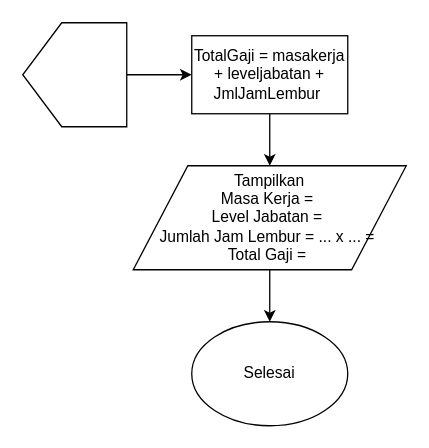
Before: page "Page-3" (3 of 3) of Soal Ke - 3.drawio in suryaindra23/belajar, a draw.io diagram. Source tidied: cells renumbered, new cells numbered last; positions are measured from the earlier drawing's top-left corner, leaving out a move shared by most shapes. Both pictures are drawn from the tidied source at 130%, with x=0, y=0 at pixel (22, 22).
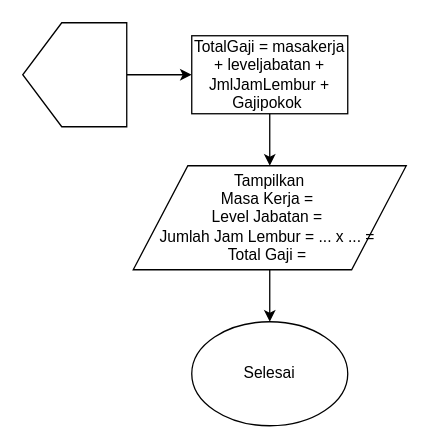
The same diagram, later.

The edit, as a diff of the source:
```diff
@@
 <mxGraphModel>
   <root>
     <mxCell id="0" />
     <mxCell id="1" parent="0" />
     <mxCell id="2" style="edgeStyle=orthogonalEdgeStyle;rounded=0;jettySize=auto;html=1;" parent="1" edge="1" source="3" target="5">
       <mxGeometry relative="1" as="geometry" />
     </mxCell>
     <mxCell id="3" style="shape=offPageConnector;whiteSpace=wrap;html=1;direction=south;" parent="1" vertex="1">
       <mxGeometry width="80" height="80" as="geometry" />
     </mxCell>
     <mxCell id="4" style="edgeStyle=orthogonalEdgeStyle;rounded=0;jettySize=auto;html=1;entryX=0.5;entryY=0;entryDx=0;entryDy=0;" parent="1" edge="1" source="5" target="7">
       <mxGeometry relative="1" as="geometry" />
     </mxCell>
-    <mxCell id="5" value="TotalGaji = masakerja + leveljabatan + JmlJamLembur&amp;nbsp;" style="rounded=0;whiteSpace=wrap;html=1;" parent="1" vertex="1">
+    <mxCell id="5" value="TotalGaji = masakerja + leveljabatan + JmlJamLembur + Gajipokok&amp;nbsp;" style="rounded=0;whiteSpace=wrap;html=1;" parent="1" vertex="1">
       <mxGeometry x="130" y="10" width="120" height="60" as="geometry" />
     </mxCell>
     <mxCell id="6" style="edgeStyle=orthogonalEdgeStyle;rounded=0;jettySize=auto;html=1;" parent="1" edge="1" source="7" target="8">
       <mxGeometry relative="1" as="geometry" />
     </mxCell>
     <mxCell id="7" value="Tampilkan&lt;br&gt;Masa Kerja =&amp;nbsp;&lt;br&gt;Level Jabatan =&amp;nbsp;&lt;br&gt;Jumlah Jam Lembur = ... x ... =&amp;nbsp;&lt;br&gt;Total Gaji =&amp;nbsp;" style="shape=parallelogram;perimeter=parallelogramPerimeter;whiteSpace=wrap;html=1;" parent="1" vertex="1">
       <mxGeometry x="85" y="110" width="210" height="80" as="geometry" />
     </mxCell>
     <mxCell id="8" value="Selesai" style="ellipse;whiteSpace=wrap;html=1;" parent="1" vertex="1">
       <mxGeometry x="130" y="230" width="120" height="80" as="geometry" />
     </mxCell>
   </root>
 </mxGraphModel>
```
